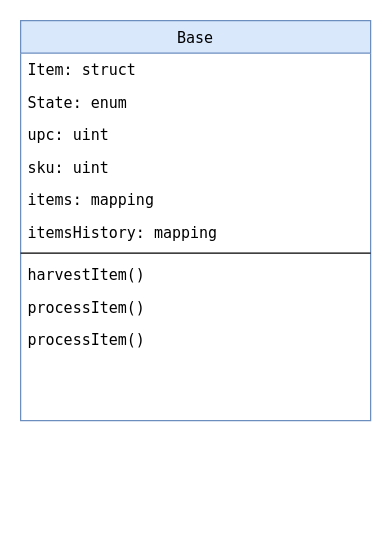
Above: project-6/diagrams/base_class.drawio in tobogganhill/supplychain (draw.io), before the change. Source tidied: cells renumbered, new cells numbered last; positions are measured from the earlier drawing's top-left corner, leaving out a move shared by most shapes. Both pictures are drawn from the tidied source at 125%, with x=0, y=0 at pixel (20, 20).
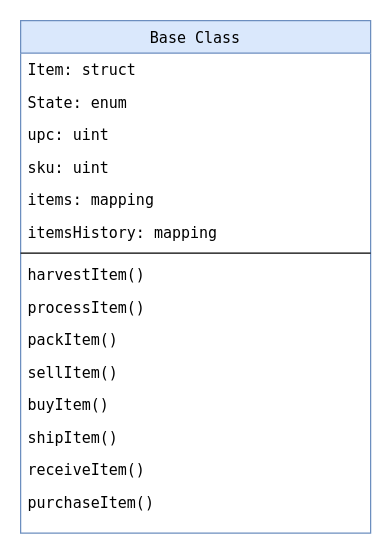
The same page after the edit.

Change to the diagram source:
```diff
@@
 <mxGraphModel>
   <root>
     <mxCell id="0" />
     <mxCell id="1" parent="0" />
-    <mxCell id="2" value="Base" style="swimlane;fontStyle=0;align=center;verticalAlign=top;horizontal=1;startSize=26;rounded=0;shadow=0;strokeWidth=1;fillColor=#dae8fc;strokeColor=#6c8ebf;swimlaneFillColor=#ffffff;fontFamily=Lucida Console;fontSize=12;" parent="1" vertex="1">
-      <mxGeometry width="280" height="320" as="geometry" />
+    <mxCell id="2" value="Base Class" style="swimlane;fontStyle=0;align=center;verticalAlign=top;horizontal=1;startSize=26;rounded=0;shadow=0;strokeWidth=1;fillColor=#dae8fc;strokeColor=#6c8ebf;swimlaneFillColor=#ffffff;fontFamily=Lucida Console;fontSize=12;" parent="1" vertex="1">
+      <mxGeometry width="280" height="410" as="geometry" />
     </mxCell>
     <mxCell id="3" value="Item: struct" style="text;align=left;verticalAlign=top;spacingLeft=4;spacingRight=4;overflow=hidden;fontFamily=Lucida Console;fontSize=12;fontStyle=0;" parent="2" vertex="1">
       <mxGeometry y="26" width="280" height="26" as="geometry" />
     </mxCell>
     <mxCell id="4" value="State: enum" style="text;align=left;verticalAlign=top;spacingLeft=4;spacingRight=4;overflow=hidden;rounded=0;shadow=0;html=0;fontFamily=Lucida Console;fontSize=12;fontStyle=0;" parent="2" vertex="1">
       <mxGeometry y="52" width="280" height="26" as="geometry" />
     </mxCell>
     <mxCell id="5" value="upc: uint" style="text;align=left;verticalAlign=top;spacingLeft=4;spacingRight=4;overflow=hidden;rounded=0;shadow=0;html=0;fontFamily=Lucida Console;fontSize=12;fontStyle=0;" parent="2" vertex="1">
       <mxGeometry y="78" width="280" height="26" as="geometry" />
     </mxCell>
     <mxCell id="6" value="sku: uint" style="text;align=left;verticalAlign=top;spacingLeft=4;spacingRight=4;overflow=hidden;rounded=0;shadow=0;html=0;fontFamily=Lucida Console;fontSize=12;fontStyle=0;" parent="2" vertex="1">
       <mxGeometry y="104" width="280" height="26" as="geometry" />
     </mxCell>
     <mxCell id="7" value="items: mapping" style="text;align=left;verticalAlign=top;spacingLeft=4;spacingRight=4;overflow=hidden;rounded=0;shadow=0;html=0;fontFamily=Lucida Console;fontSize=12;fontStyle=0;" parent="2" vertex="1">
       <mxGeometry y="130" width="280" height="26" as="geometry" />
     </mxCell>
     <mxCell id="8" value="itemsHistory: mapping" style="text;align=left;verticalAlign=top;spacingLeft=4;spacingRight=4;overflow=hidden;fontFamily=Lucida Console;fontSize=12;fontStyle=0;" parent="2" vertex="1">
       <mxGeometry y="156" width="280" height="26" as="geometry" />
     </mxCell>
     <mxCell id="9" style="line;html=1;strokeWidth=1;align=left;verticalAlign=middle;spacingTop=-1;spacingLeft=3;spacingRight=3;labelPosition=right;fontFamily=Lucida Console;fontSize=12;fontStyle=0;" parent="2" vertex="1">
       <mxGeometry y="182" width="280" height="8" as="geometry" />
     </mxCell>
     <mxCell id="10" value="harvestItem()" style="text;align=left;verticalAlign=top;spacingLeft=4;spacingRight=4;overflow=hidden;fontFamily=Lucida Console;fontSize=12;fontStyle=0;" parent="2" vertex="1">
       <mxGeometry y="190" width="280" height="26" as="geometry" />
     </mxCell>
     <mxCell id="11" value="processItem()" style="text;align=left;verticalAlign=top;spacingLeft=4;spacingRight=4;overflow=hidden;fontFamily=Lucida Console;fontSize=12;fontStyle=0;" parent="2" vertex="1">
       <mxGeometry y="216" width="280" height="26" as="geometry" />
     </mxCell>
-    <mxCell id="12" value="processItem()" style="text;align=left;verticalAlign=top;spacingLeft=4;spacingRight=4;overflow=hidden;fontFamily=Lucida Console;fontSize=12;fontStyle=0;" parent="2" vertex="1">
+    <mxCell id="12" value="packItem()" style="text;align=left;verticalAlign=top;spacingLeft=4;spacingRight=4;overflow=hidden;fontFamily=Lucida Console;fontSize=12;fontStyle=0;" parent="2" vertex="1">
       <mxGeometry y="242" width="280" height="26" as="geometry" />
     </mxCell>
+    <mxCell id="13" value="sellItem()" style="text;align=left;verticalAlign=top;spacingLeft=4;spacingRight=4;overflow=hidden;fontFamily=Lucida Console;fontSize=12;fontStyle=0;" parent="2" vertex="1">
+      <mxGeometry y="268" width="280" height="26" as="geometry" />
+    </mxCell>
+    <mxCell id="14" value="buyItem()" style="text;align=left;verticalAlign=top;spacingLeft=4;spacingRight=4;overflow=hidden;fontFamily=Lucida Console;fontSize=12;fontStyle=0;" parent="2" vertex="1">
+      <mxGeometry y="294" width="280" height="26" as="geometry" />
+    </mxCell>
+    <mxCell id="15" value="shipItem()" style="text;align=left;verticalAlign=top;spacingLeft=4;spacingRight=4;overflow=hidden;fontFamily=Lucida Console;fontSize=12;fontStyle=0;" parent="2" vertex="1">
+      <mxGeometry y="320" width="280" height="26" as="geometry" />
+    </mxCell>
+    <mxCell id="16" value="receiveItem()" style="text;align=left;verticalAlign=top;spacingLeft=4;spacingRight=4;overflow=hidden;fontFamily=Lucida Console;fontSize=12;fontStyle=0;" parent="2" vertex="1">
+      <mxGeometry y="346" width="280" height="26" as="geometry" />
+    </mxCell>
+    <mxCell id="17" value="purchaseItem()" style="text;align=left;verticalAlign=top;spacingLeft=4;spacingRight=4;overflow=hidden;fontFamily=Lucida Console;fontSize=12;fontStyle=0;" parent="2" vertex="1">
+      <mxGeometry y="372" width="280" height="26" as="geometry" />
+    </mxCell>
   </root>
 </mxGraphModel>
```
